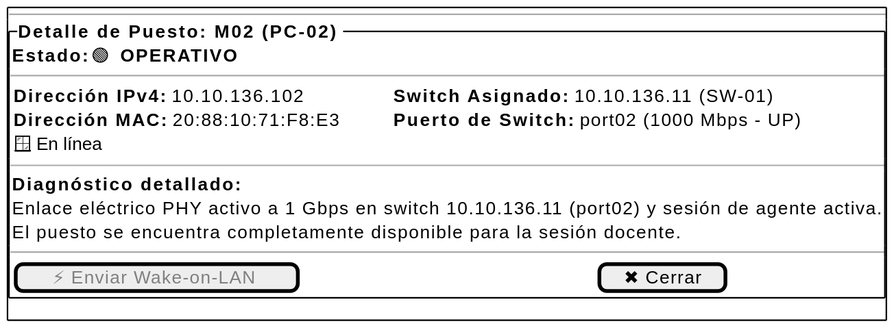
The PlantUML diagram images/01-requisitos/01-detalle-casos-uso/consultarDetallePuesto/wireframes.svg in Carlos-Lima2510/mesh-panel, before a commit.
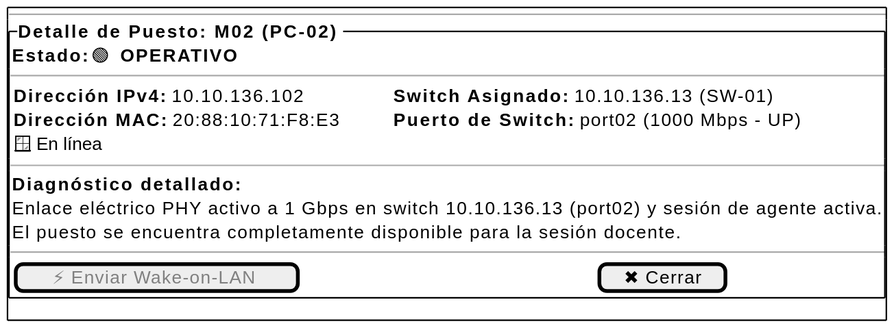
The same diagram one commit later.

The edit, as a diff of the source:
```diff
@@ -14,14 +14,14 @@
         <b>Dirección MAC:</b> 20:88:10:71:F8:E3
         🪟 En línea
       } | <color:transparent>_________________________</color> | {
-        <b>Switch Asignado:</b> 10.10.136.11 (SW-01)
+        <b>Switch Asignado:</b> 10.10.136.13 (SW-01)
         <b>Puerto de Switch:</b> port02 (1000 Mbps - UP)
       }
     }
     --
     {
       <b>Diagnóstico detallado:</b>
-      Enlace eléctrico PHY activo a 1 Gbps en switch 10.10.136.11 (port02) y sesión de agente activa.
+      Enlace eléctrico PHY activo a 1 Gbps en switch 10.10.136.13 (port02) y sesión de agente activa.
       El puesto se encuentra completamente disponible para la sesión docente.
     }
     --
```
